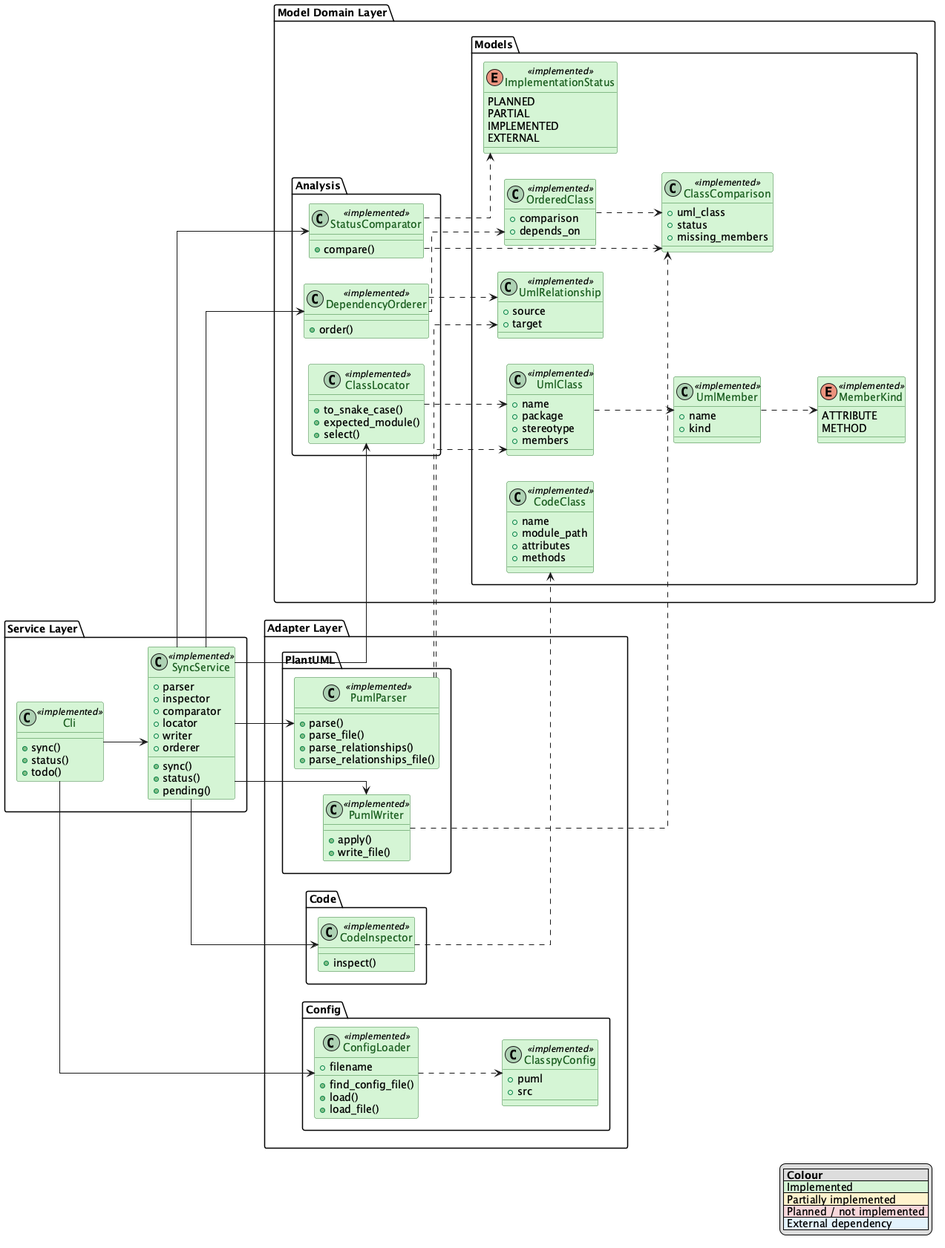
The PlantUML diagram docs/class.png in GuilhermeCosta-Ferreira/ClassyPython, before a commit.
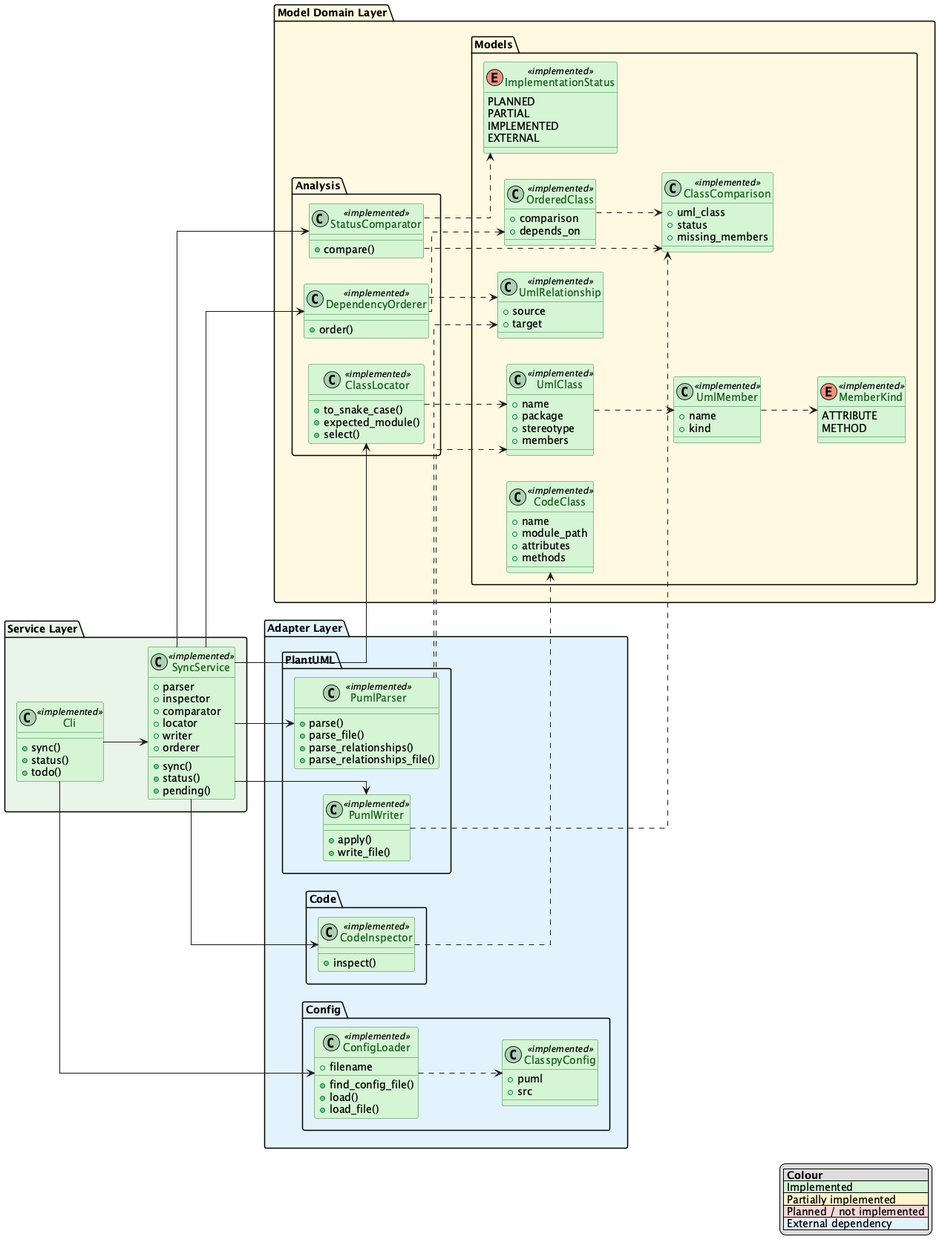
Above is the later version.

The edit, as a diff of the source:
```diff
@@ -30,8 +30,7 @@
 !$SHOW_DEPENDENCIES = 0
 
 
-
-package "Service Layer" {
+package "Service Layer" #E8F5E9 {
     class SyncService <<implemented>> {
         +parser
         +inspector
@@ -54,8 +53,7 @@
 }
 
 
-
-package "Model Domain Layer" {
+package "Model Domain Layer" #FFF8E1 {
 
     package "Models" {
         enum ImplementationStatus <<implemented>> {
@@ -137,8 +135,7 @@
 }
 
 
-
-package "Adapter Layer" {
+package "Adapter Layer" #E3F2FD {
 
     package "PlantUML" {
 
```
